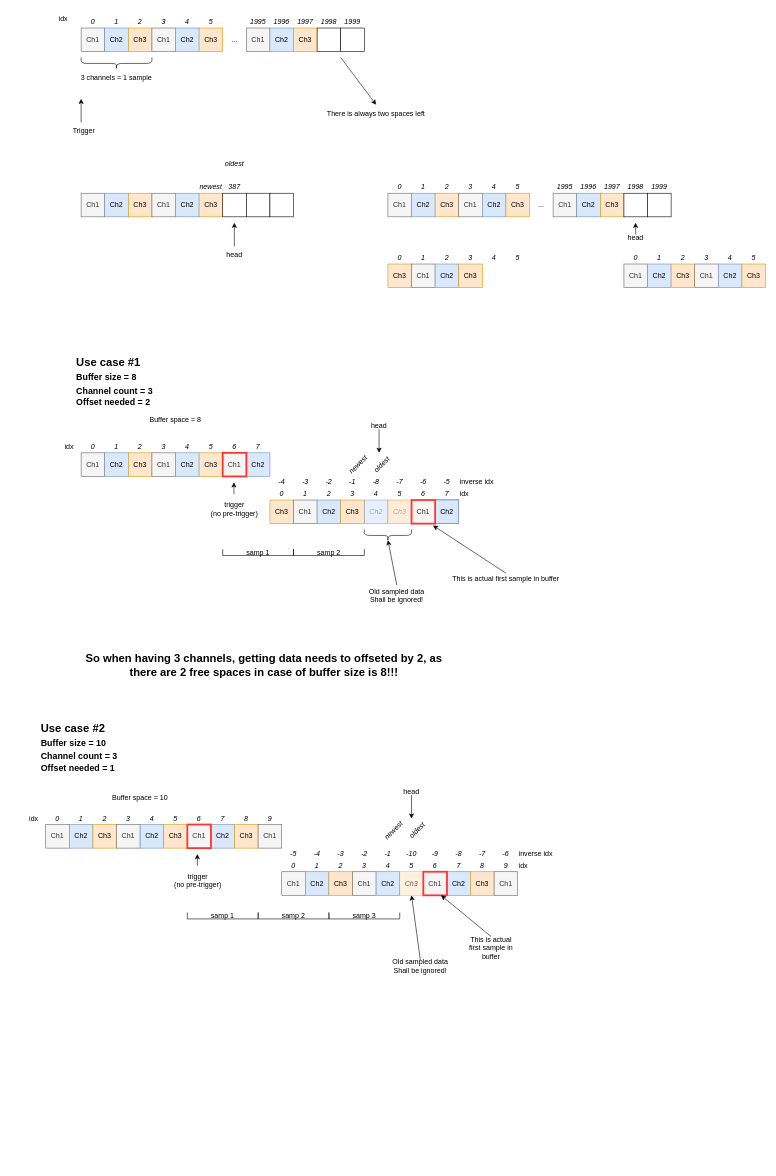
Earlier version of the draw.io diagram page "CLI-OSCI" (2 of 2) of doc/cli_drawings.drawio (GeneralEmbeddedCLibraries/cli). Source tidied: cells renumbered, new cells numbered last; positions are measured from the earlier drawing's top-left corner, leaving out a move shared by most shapes. Both pictures are drawn from the tidied source at 59%, with x=0, y=0 at pixel (22, 10).
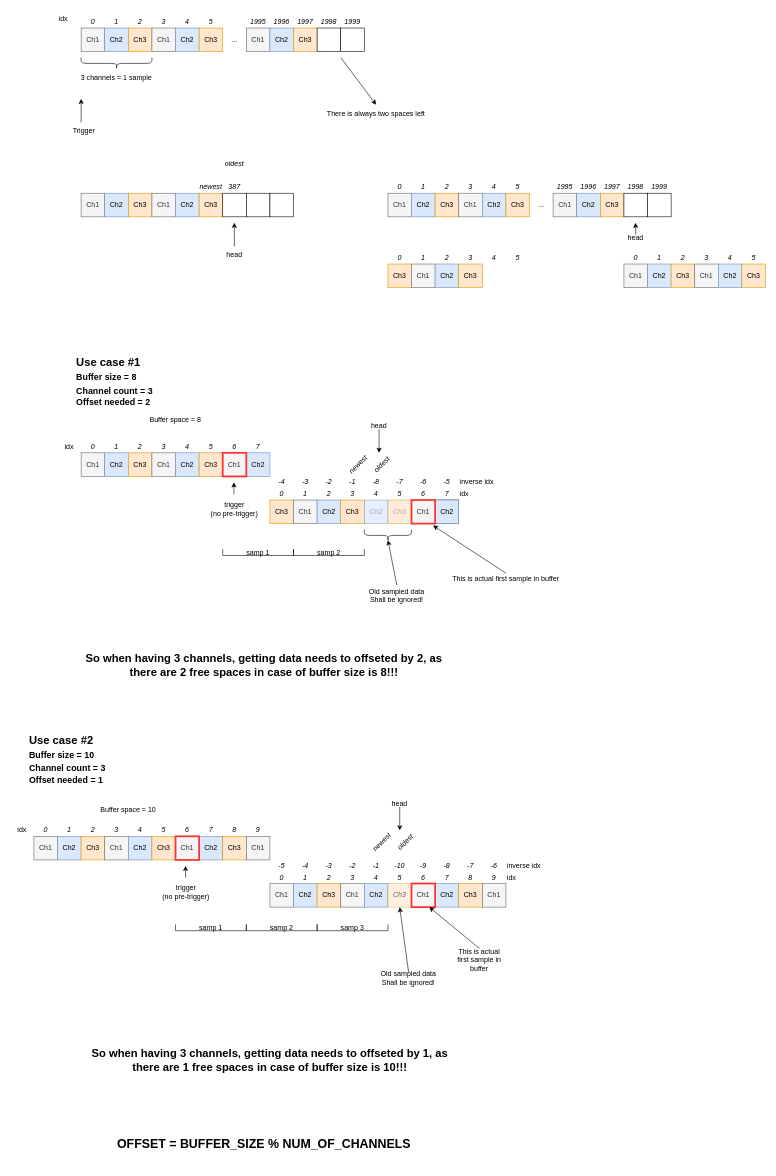
The same page after the edit.

The edit, as a diff of the source:
```diff
@@
     <mxCell id="149" value="Ch1" style="rounded=0;whiteSpace=wrap;html=1;fillColor=#f5f5f5;fontColor=#333333;strokeColor=#666666;" parent="1" vertex="1">
-      <mxGeometry x="40" y="1380" width="40" height="40" as="geometry" />
+      <mxGeometry x="20" y="1400" width="40" height="40" as="geometry" />
     </mxCell>
     <mxCell id="150" value="Ch2" style="rounded=0;whiteSpace=wrap;html=1;fillColor=#dae8fc;strokeColor=#6c8ebf;" parent="1" vertex="1">
-      <mxGeometry x="80" y="1380" width="40" height="40" as="geometry" />
+      <mxGeometry x="60" y="1400" width="40" height="40" as="geometry" />
     </mxCell>
     <mxCell id="151" value="Ch3" style="rounded=0;whiteSpace=wrap;html=1;fillColor=#ffe6cc;strokeColor=#d79b00;" parent="1" vertex="1">
-      <mxGeometry x="120" y="1380" width="40" height="40" as="geometry" />
+      <mxGeometry x="100" y="1400" width="40" height="40" as="geometry" />
     </mxCell>
     <mxCell id="152" value="Ch1" style="rounded=0;whiteSpace=wrap;html=1;fillColor=#f5f5f5;fontColor=#333333;strokeColor=#666666;" parent="1" vertex="1">
-      <mxGeometry x="160" y="1380" width="40" height="40" as="geometry" />
+      <mxGeometry x="140" y="1400" width="40" height="40" as="geometry" />
     </mxCell>
     <mxCell id="153" value="Ch2" style="rounded=0;whiteSpace=wrap;html=1;fillColor=#dae8fc;strokeColor=#6c8ebf;" parent="1" vertex="1">
-      <mxGeometry x="200" y="1380" width="40" height="40" as="geometry" />
+      <mxGeometry x="180" y="1400" width="40" height="40" as="geometry" />
     </mxCell>
     <mxCell id="154" value="Ch3" style="rounded=0;whiteSpace=wrap;html=1;fillColor=#ffe6cc;strokeColor=#d79b00;" parent="1" vertex="1">
-      <mxGeometry x="240" y="1380" width="40" height="40" as="geometry" />
+      <mxGeometry x="220" y="1400" width="40" height="40" as="geometry" />
     </mxCell>
     <mxCell id="155" value="0" style="text;html=1;strokeColor=none;fillColor=none;align=center;verticalAlign=middle;whiteSpace=wrap;rounded=0;fontStyle=2;" parent="1" vertex="1">
-      <mxGeometry x="40" y="1360" width="40" height="20" as="geometry" />
+      <mxGeometry x="20" y="1380" width="40" height="20" as="geometry" />
     </mxCell>
     <mxCell id="156" value="1" style="text;html=1;strokeColor=none;fillColor=none;align=center;verticalAlign=middle;whiteSpace=wrap;rounded=0;fontStyle=2;" parent="1" vertex="1">
-      <mxGeometry x="80" y="1360" width="40" height="20" as="geometry" />
+      <mxGeometry x="60" y="1380" width="40" height="20" as="geometry" />
     </mxCell>
     <mxCell id="157" value="2" style="text;html=1;strokeColor=none;fillColor=none;align=center;verticalAlign=middle;whiteSpace=wrap;rounded=0;fontStyle=2;" parent="1" vertex="1">
-      <mxGeometry x="120" y="1360" width="40" height="20" as="geometry" />
+      <mxGeometry x="100" y="1380" width="40" height="20" as="geometry" />
     </mxCell>
     <mxCell id="158" value="3" style="text;html=1;strokeColor=none;fillColor=none;align=center;verticalAlign=middle;whiteSpace=wrap;rounded=0;fontStyle=2;" parent="1" vertex="1">
-      <mxGeometry x="160" y="1360" width="40" height="20" as="geometry" />
+      <mxGeometry x="140" y="1380" width="40" height="20" as="geometry" />
     </mxCell>
     <mxCell id="159" value="5" style="text;html=1;strokeColor=none;fillColor=none;align=center;verticalAlign=middle;whiteSpace=wrap;rounded=0;fontStyle=2;" parent="1" vertex="1">
-      <mxGeometry x="240" y="1360" width="40" height="20" as="geometry" />
+      <mxGeometry x="220" y="1380" width="40" height="20" as="geometry" />
     </mxCell>
     <mxCell id="160" value="4" style="text;html=1;strokeColor=none;fillColor=none;align=center;verticalAlign=middle;whiteSpace=wrap;rounded=0;fontStyle=2;" parent="1" vertex="1">
-      <mxGeometry x="200" y="1360" width="40" height="20" as="geometry" />
+      <mxGeometry x="180" y="1380" width="40" height="20" as="geometry" />
     </mxCell>
     <mxCell id="161" value="Ch2" style="rounded=0;whiteSpace=wrap;html=1;fillColor=#dae8fc;strokeColor=#6c8ebf;" parent="1" vertex="1">
-      <mxGeometry x="320" y="1380" width="40" height="40" as="geometry" />
+      <mxGeometry x="300" y="1400" width="40" height="40" as="geometry" />
     </mxCell>
     <mxCell id="162" value="6" style="text;html=1;strokeColor=none;fillColor=none;align=center;verticalAlign=middle;whiteSpace=wrap;rounded=0;fontStyle=2;" parent="1" vertex="1">
-      <mxGeometry x="280" y="1360" width="40" height="20" as="geometry" />
+      <mxGeometry x="260" y="1380" width="40" height="20" as="geometry" />
     </mxCell>
     <mxCell id="163" value="7" style="text;html=1;strokeColor=none;fillColor=none;align=center;verticalAlign=middle;whiteSpace=wrap;rounded=0;fontStyle=2;" parent="1" vertex="1">
-      <mxGeometry x="320" y="1360" width="40" height="20" as="geometry" />
+      <mxGeometry x="300" y="1380" width="40" height="20" as="geometry" />
     </mxCell>
     <mxCell id="164" value="Buffer space = 10" style="text;html=1;strokeColor=none;fillColor=none;align=center;verticalAlign=middle;whiteSpace=wrap;rounded=0;" parent="1" vertex="1">
-      <mxGeometry x="120" y="1320" width="160" height="30" as="geometry" />
+      <mxGeometry x="100" y="1340" width="160" height="30" as="geometry" />
     </mxCell>
     <mxCell id="165" style="endArrow=classic;html=1;rounded=0;" parent="1" edge="1">
       <mxGeometry relative="1" as="geometry">
-        <mxPoint x="297" y="1450" as="sourcePoint" />
-        <mxPoint x="297" y="1430" as="targetPoint" />
+        <mxPoint x="277" y="1470" as="sourcePoint" />
+        <mxPoint x="277" y="1450" as="targetPoint" />
       </mxGeometry>
     </mxCell>
     <mxCell id="166" value="trigger&lt;br&gt;(no pre-trigger)" style="text;html=1;strokeColor=none;fillColor=none;align=center;verticalAlign=middle;whiteSpace=wrap;rounded=0;" parent="1" vertex="1">
-      <mxGeometry x="221" y="1460" width="154" height="30" as="geometry" />
+      <mxGeometry x="201" y="1480" width="154" height="30" as="geometry" />
     </mxCell>
     <mxCell id="167" value="Ch1" style="rounded=0;whiteSpace=wrap;html=1;fillColor=#f5f5f5;fontColor=#333333;strokeColor=#FF3333;strokeWidth=3;" parent="1" vertex="1">
-      <mxGeometry x="280" y="1380" width="40" height="40" as="geometry" />
+      <mxGeometry x="260" y="1400" width="40" height="40" as="geometry" />
     </mxCell>
     <mxCell id="168" value="idx" style="text;html=1;strokeColor=none;fillColor=none;align=center;verticalAlign=middle;whiteSpace=wrap;rounded=0;" parent="1" vertex="1">
-      <mxGeometry y="1360" width="40" height="20" as="geometry" />
+      <mxGeometry x="-20" y="1380" width="40" height="20" as="geometry" />
     </mxCell>
     <mxCell id="169" value="8" style="text;html=1;strokeColor=none;fillColor=none;align=center;verticalAlign=middle;whiteSpace=wrap;rounded=0;fontStyle=2;" parent="1" vertex="1">
-      <mxGeometry x="360" y="1360" width="40" height="20" as="geometry" />
+      <mxGeometry x="340" y="1380" width="40" height="20" as="geometry" />
     </mxCell>
     <mxCell id="170" value="9" style="text;html=1;strokeColor=none;fillColor=none;align=center;verticalAlign=middle;whiteSpace=wrap;rounded=0;fontStyle=2;" parent="1" vertex="1">
-      <mxGeometry x="400" y="1360" width="40" height="20" as="geometry" />
+      <mxGeometry x="380" y="1380" width="40" height="20" as="geometry" />
     </mxCell>
     <mxCell id="171" value="Ch3" style="rounded=0;whiteSpace=wrap;html=1;fillColor=#ffe6cc;strokeColor=#d79b00;" parent="1" vertex="1">
-      <mxGeometry x="360" y="1380" width="40" height="40" as="geometry" />
+      <mxGeometry x="340" y="1400" width="40" height="40" as="geometry" />
     </mxCell>
     <mxCell id="172" value="Ch1" style="rounded=0;whiteSpace=wrap;html=1;fillColor=#f5f5f5;fontColor=#333333;strokeColor=#666666;" parent="1" vertex="1">
-      <mxGeometry x="400" y="1380" width="40" height="40" as="geometry" />
+      <mxGeometry x="380" y="1400" width="40" height="40" as="geometry" />
     </mxCell>
     <mxCell id="173" value="Ch1" style="rounded=0;whiteSpace=wrap;html=1;fillColor=#f5f5f5;fontColor=#333333;strokeColor=#666666;" parent="1" vertex="1">
-      <mxGeometry x="440" y="1460" width="40" height="40" as="geometry" />
+      <mxGeometry x="420" y="1480" width="40" height="40" as="geometry" />
     </mxCell>
     <mxCell id="174" value="Ch2" style="rounded=0;whiteSpace=wrap;html=1;fillColor=#dae8fc;strokeColor=#6c8ebf;" parent="1" vertex="1">
-      <mxGeometry x="480" y="1460" width="40" height="40" as="geometry" />
+      <mxGeometry x="460" y="1480" width="40" height="40" as="geometry" />
     </mxCell>
     <mxCell id="175" value="Ch3" style="rounded=0;whiteSpace=wrap;html=1;fillColor=#ffe6cc;strokeColor=#d79b00;" parent="1" vertex="1">
-      <mxGeometry x="520" y="1460" width="40" height="40" as="geometry" />
+      <mxGeometry x="500" y="1480" width="40" height="40" as="geometry" />
     </mxCell>
     <mxCell id="176" value="Ch1" style="rounded=0;whiteSpace=wrap;html=1;fillColor=#f5f5f5;fontColor=#333333;strokeColor=#666666;" parent="1" vertex="1">
-      <mxGeometry x="560" y="1460" width="40" height="40" as="geometry" />
+      <mxGeometry x="540" y="1480" width="40" height="40" as="geometry" />
     </mxCell>
     <mxCell id="177" value="Ch2" style="rounded=0;whiteSpace=wrap;html=1;fillColor=#dae8fc;strokeColor=#6c8ebf;" parent="1" vertex="1">
-      <mxGeometry x="600" y="1460" width="40" height="40" as="geometry" />
+      <mxGeometry x="580" y="1480" width="40" height="40" as="geometry" />
     </mxCell>
     <mxCell id="178" value="Ch3" style="rounded=0;whiteSpace=wrap;html=1;fillColor=#ffe6cc;strokeColor=#d79b00;textOpacity=60;opacity=60;fontStyle=2;" parent="1" vertex="1">
-      <mxGeometry x="640" y="1460" width="40" height="40" as="geometry" />
+      <mxGeometry x="620" y="1480" width="40" height="40" as="geometry" />
     </mxCell>
     <mxCell id="179" value="0" style="text;html=1;strokeColor=none;fillColor=none;align=center;verticalAlign=middle;whiteSpace=wrap;rounded=0;fontStyle=2;" parent="1" vertex="1">
-      <mxGeometry x="440" y="1440" width="40" height="20" as="geometry" />
+      <mxGeometry x="420" y="1460" width="40" height="20" as="geometry" />
     </mxCell>
     <mxCell id="180" value="1" style="text;html=1;strokeColor=none;fillColor=none;align=center;verticalAlign=middle;whiteSpace=wrap;rounded=0;fontStyle=2;" parent="1" vertex="1">
-      <mxGeometry x="480" y="1440" width="40" height="20" as="geometry" />
+      <mxGeometry x="460" y="1460" width="40" height="20" as="geometry" />
     </mxCell>
     <mxCell id="181" value="2" style="text;html=1;strokeColor=none;fillColor=none;align=center;verticalAlign=middle;whiteSpace=wrap;rounded=0;fontStyle=2;" parent="1" vertex="1">
-      <mxGeometry x="520" y="1440" width="40" height="20" as="geometry" />
+      <mxGeometry x="500" y="1460" width="40" height="20" as="geometry" />
     </mxCell>
     <mxCell id="182" value="3" style="text;html=1;strokeColor=none;fillColor=none;align=center;verticalAlign=middle;whiteSpace=wrap;rounded=0;fontStyle=2;" parent="1" vertex="1">
-      <mxGeometry x="560" y="1440" width="40" height="20" as="geometry" />
+      <mxGeometry x="540" y="1460" width="40" height="20" as="geometry" />
     </mxCell>
     <mxCell id="183" value="5" style="text;html=1;strokeColor=none;fillColor=none;align=center;verticalAlign=middle;whiteSpace=wrap;rounded=0;fontStyle=2;" parent="1" vertex="1">
-      <mxGeometry x="640" y="1440" width="40" height="20" as="geometry" />
+      <mxGeometry x="620" y="1460" width="40" height="20" as="geometry" />
     </mxCell>
     <mxCell id="184" value="4" style="text;html=1;strokeColor=none;fillColor=none;align=center;verticalAlign=middle;whiteSpace=wrap;rounded=0;fontStyle=2;" parent="1" vertex="1">
-      <mxGeometry x="600" y="1440" width="40" height="20" as="geometry" />
+      <mxGeometry x="580" y="1460" width="40" height="20" as="geometry" />
     </mxCell>
     <mxCell id="185" value="Ch2" style="rounded=0;whiteSpace=wrap;html=1;fillColor=#dae8fc;strokeColor=#6c8ebf;" parent="1" vertex="1">
-      <mxGeometry x="720" y="1460" width="40" height="40" as="geometry" />
+      <mxGeometry x="700" y="1480" width="40" height="40" as="geometry" />
     </mxCell>
     <mxCell id="186" value="6" style="text;html=1;strokeColor=none;fillColor=none;align=center;verticalAlign=middle;whiteSpace=wrap;rounded=0;fontStyle=2;" parent="1" vertex="1">
-      <mxGeometry x="680" y="1440" width="40" height="20" as="geometry" />
+      <mxGeometry x="660" y="1460" width="40" height="20" as="geometry" />
     </mxCell>
     <mxCell id="187" value="7" style="text;html=1;strokeColor=none;fillColor=none;align=center;verticalAlign=middle;whiteSpace=wrap;rounded=0;fontStyle=2;" parent="1" vertex="1">
-      <mxGeometry x="720" y="1440" width="40" height="20" as="geometry" />
+      <mxGeometry x="700" y="1460" width="40" height="20" as="geometry" />
     </mxCell>
     <mxCell id="188" value="Ch1" style="rounded=0;whiteSpace=wrap;html=1;fillColor=#f5f5f5;fontColor=#333333;strokeColor=#FF3333;strokeWidth=3;" parent="1" vertex="1">
-      <mxGeometry x="680" y="1460" width="40" height="40" as="geometry" />
+      <mxGeometry x="660" y="1480" width="40" height="40" as="geometry" />
     </mxCell>
     <mxCell id="189" value="8" style="text;html=1;strokeColor=none;fillColor=none;align=center;verticalAlign=middle;whiteSpace=wrap;rounded=0;fontStyle=2;" parent="1" vertex="1">
-      <mxGeometry x="760" y="1440" width="40" height="20" as="geometry" />
+      <mxGeometry x="740" y="1460" width="40" height="20" as="geometry" />
     </mxCell>
     <mxCell id="190" value="9" style="text;html=1;strokeColor=none;fillColor=none;align=center;verticalAlign=middle;whiteSpace=wrap;rounded=0;fontStyle=2;" parent="1" vertex="1">
-      <mxGeometry x="800" y="1440" width="40" height="20" as="geometry" />
+      <mxGeometry x="780" y="1460" width="40" height="20" as="geometry" />
     </mxCell>
     <mxCell id="191" value="Ch3" style="rounded=0;whiteSpace=wrap;html=1;fillColor=#ffe6cc;strokeColor=#d79b00;" parent="1" vertex="1">
-      <mxGeometry x="760" y="1460" width="40" height="40" as="geometry" />
+      <mxGeometry x="740" y="1480" width="40" height="40" as="geometry" />
     </mxCell>
     <mxCell id="192" value="Ch1" style="rounded=0;whiteSpace=wrap;html=1;fillColor=#f5f5f5;fontColor=#333333;strokeColor=#666666;" parent="1" vertex="1">
-      <mxGeometry x="800" y="1460" width="40" height="40" as="geometry" />
+      <mxGeometry x="780" y="1480" width="40" height="40" as="geometry" />
     </mxCell>
     <mxCell id="193" value="samp 1" style="shape=partialRectangle;whiteSpace=wrap;html=1;bottom=1;right=1;left=1;top=0;fillColor=none;routingCenterX=-0.5;" parent="1" vertex="1">
-      <mxGeometry x="280" y="1530" width="120" height="10" as="geometry" />
+      <mxGeometry x="260" y="1550" width="120" height="10" as="geometry" />
     </mxCell>
     <mxCell id="194" value="samp 2" style="shape=partialRectangle;whiteSpace=wrap;html=1;bottom=1;right=1;left=1;top=0;fillColor=none;routingCenterX=-0.5;" parent="1" vertex="1">
-      <mxGeometry x="400" y="1530" width="120" height="10" as="geometry" />
+      <mxGeometry x="380" y="1550" width="120" height="10" as="geometry" />
     </mxCell>
     <mxCell id="195" value="samp 3" style="shape=partialRectangle;whiteSpace=wrap;html=1;bottom=1;right=1;left=1;top=0;fillColor=none;routingCenterX=-0.5;" parent="1" vertex="1">
-      <mxGeometry x="520" y="1530" width="120" height="10" as="geometry" />
+      <mxGeometry x="500" y="1550" width="120" height="10" as="geometry" />
     </mxCell>
@@
     <mxCell id="197" value="This is actual first sample in buffer" style="text;html=1;strokeColor=none;fillColor=none;align=center;verticalAlign=middle;whiteSpace=wrap;rounded=0;" parent="1" vertex="1">
-      <mxGeometry x="750" y="1570" width="90" height="40" as="geometry" />
+      <mxGeometry x="730" y="1590" width="90" height="40" as="geometry" />
     </mxCell>
     <mxCell id="198" value="idx" style="text;html=1;strokeColor=none;fillColor=none;align=left;verticalAlign=middle;whiteSpace=wrap;rounded=0;" parent="1" vertex="1">
-      <mxGeometry x="840" y="1440" width="40" height="20" as="geometry" />
+      <mxGeometry x="820" y="1460" width="40" height="20" as="geometry" />
     </mxCell>
     <mxCell id="199" value="inverse idx" style="text;html=1;strokeColor=none;fillColor=none;align=left;verticalAlign=middle;whiteSpace=wrap;rounded=0;" parent="1" vertex="1">
-      <mxGeometry x="840" y="1420" width="100" height="20" as="geometry" />
+      <mxGeometry x="820" y="1440" width="100" height="20" as="geometry" />
     </mxCell>
@@
     <mxCell id="202" value="newest" style="text;html=1;strokeColor=none;fillColor=none;align=center;verticalAlign=middle;whiteSpace=wrap;rounded=0;fontStyle=2;rotation=-45;" parent="1" vertex="1">
-      <mxGeometry x="610" y="1380" width="40" height="20" as="geometry" />
+      <mxGeometry x="590" y="1400" width="40" height="20" as="geometry" />
     </mxCell>
     <mxCell id="203" value="oldest" style="text;html=1;strokeColor=none;fillColor=none;align=center;verticalAlign=middle;whiteSpace=wrap;rounded=0;fontStyle=2;rotation=-45;" parent="1" vertex="1">
-      <mxGeometry x="650" y="1380" width="40" height="20" as="geometry" />
+      <mxGeometry x="630" y="1400" width="40" height="20" as="geometry" />
     </mxCell>
     <mxCell id="204" value="Old sampled data&lt;br&gt;Shall be ignored!" style="text;html=1;strokeColor=none;fillColor=none;align=center;verticalAlign=middle;whiteSpace=wrap;rounded=0;" parent="1" vertex="1">
-      <mxGeometry x="620" y="1610" width="110" height="20" as="geometry" />
+      <mxGeometry x="600" y="1630" width="110" height="20" as="geometry" />
     </mxCell>
@@
     <mxCell id="206" style="endArrow=classic;html=1;rounded=0;" parent="1" edge="1">
       <mxGeometry relative="1" as="geometry">
-        <mxPoint x="660" y="1330" as="sourcePoint" />
-        <mxPoint x="660" y="1370" as="targetPoint" />
+        <mxPoint x="640" y="1350" as="sourcePoint" />
+        <mxPoint x="640" y="1390" as="targetPoint" />
       </mxGeometry>
     </mxCell>
     <mxCell id="207" value="head" style="text;html=1;strokeColor=none;fillColor=none;align=center;verticalAlign=middle;whiteSpace=wrap;rounded=0;" parent="1" vertex="1">
-      <mxGeometry x="630" y="1310" width="60" height="30" as="geometry" />
+      <mxGeometry x="610" y="1330" width="60" height="30" as="geometry" />
     </mxCell>
     <mxCell id="208" value="-5" style="text;html=1;strokeColor=none;fillColor=none;align=center;verticalAlign=middle;whiteSpace=wrap;rounded=0;fontStyle=2;" parent="1" vertex="1">
-      <mxGeometry x="440" y="1420" width="40" height="20" as="geometry" />
+      <mxGeometry x="420" y="1440" width="40" height="20" as="geometry" />
     </mxCell>
     <mxCell id="209" value="-4" style="text;html=1;strokeColor=none;fillColor=none;align=center;verticalAlign=middle;whiteSpace=wrap;rounded=0;fontStyle=2;" parent="1" vertex="1">
-      <mxGeometry x="480" y="1420" width="40" height="20" as="geometry" />
+      <mxGeometry x="460" y="1440" width="40" height="20" as="geometry" />
     </mxCell>
     <mxCell id="210" value="-3" style="text;html=1;strokeColor=none;fillColor=none;align=center;verticalAlign=middle;whiteSpace=wrap;rounded=0;fontStyle=2;" parent="1" vertex="1">
-      <mxGeometry x="520" y="1420" width="40" height="20" as="geometry" />
+      <mxGeometry x="500" y="1440" width="40" height="20" as="geometry" />
     </mxCell>
     <mxCell id="211" value="-2" style="text;html=1;strokeColor=none;fillColor=none;align=center;verticalAlign=middle;whiteSpace=wrap;rounded=0;fontStyle=2;" parent="1" vertex="1">
-      <mxGeometry x="560" y="1420" width="40" height="20" as="geometry" />
+      <mxGeometry x="540" y="1440" width="40" height="20" as="geometry" />
     </mxCell>
     <mxCell id="212" value="-10" style="text;html=1;strokeColor=none;fillColor=none;align=center;verticalAlign=middle;whiteSpace=wrap;rounded=0;fontStyle=2;" parent="1" vertex="1">
-      <mxGeometry x="640" y="1420" width="40" height="20" as="geometry" />
+      <mxGeometry x="620" y="1440" width="40" height="20" as="geometry" />
     </mxCell>
     <mxCell id="213" value="-1" style="text;html=1;strokeColor=none;fillColor=none;align=center;verticalAlign=middle;whiteSpace=wrap;rounded=0;fontStyle=2;" parent="1" vertex="1">
-      <mxGeometry x="600" y="1420" width="40" height="20" as="geometry" />
+      <mxGeometry x="580" y="1440" width="40" height="20" as="geometry" />
     </mxCell>
     <mxCell id="214" value="-9" style="text;html=1;strokeColor=none;fillColor=none;align=center;verticalAlign=middle;whiteSpace=wrap;rounded=0;fontStyle=2;" parent="1" vertex="1">
-      <mxGeometry x="680" y="1420" width="40" height="20" as="geometry" />
+      <mxGeometry x="660" y="1440" width="40" height="20" as="geometry" />
     </mxCell>
     <mxCell id="215" value="-8" style="text;html=1;strokeColor=none;fillColor=none;align=center;verticalAlign=middle;whiteSpace=wrap;rounded=0;fontStyle=2;" parent="1" vertex="1">
-      <mxGeometry x="720" y="1420" width="40" height="20" as="geometry" />
+      <mxGeometry x="700" y="1440" width="40" height="20" as="geometry" />
     </mxCell>
     <mxCell id="216" value="-7" style="text;html=1;strokeColor=none;fillColor=none;align=center;verticalAlign=middle;whiteSpace=wrap;rounded=0;fontStyle=2;" parent="1" vertex="1">
-      <mxGeometry x="760" y="1420" width="40" height="20" as="geometry" />
+      <mxGeometry x="740" y="1440" width="40" height="20" as="geometry" />
     </mxCell>
     <mxCell id="217" value="-6" style="text;html=1;strokeColor=none;fillColor=none;align=center;verticalAlign=middle;whiteSpace=wrap;rounded=0;fontStyle=2;" parent="1" vertex="1">
-      <mxGeometry x="800" y="1420" width="40" height="20" as="geometry" />
+      <mxGeometry x="780" y="1440" width="40" height="20" as="geometry" />
     </mxCell>
@@
     <mxCell id="220" value="Use case #2&lt;br&gt;&lt;font style=&quot;font-size: 15px;&quot;&gt;Buffer size = 10&lt;br&gt;Channel count = 3&lt;br&gt;&lt;/font&gt;&lt;div style=&quot;font-size: 15px;&quot;&gt;&lt;span style=&quot;background-color: initial;&quot;&gt;&lt;font style=&quot;font-size: 15px;&quot;&gt;Offset needed = 1&lt;/font&gt;&lt;/span&gt;&lt;/div&gt;" style="text;html=1;strokeColor=none;fillColor=none;align=left;verticalAlign=middle;whiteSpace=wrap;rounded=0;fontStyle=1;fontSize=19;" parent="1" vertex="1">
-      <mxGeometry x="30" y="1210" width="620" height="80" as="geometry" />
+      <mxGeometry x="10" y="1230" width="620" height="80" as="geometry" />
     </mxCell>
+    <mxCell id="221" value="So when having 3 channels, getting data needs to offseted by 1, as there are 1 free spaces in case of buffer size is 10!!!" style="text;html=1;strokeColor=none;fillColor=none;align=center;verticalAlign=middle;whiteSpace=wrap;rounded=0;fontStyle=1;fontSize=19;" parent="1" vertex="1">
+      <mxGeometry x="110" y="1740" width="620" height="80" as="geometry" />
+    </mxCell>
+    <mxCell id="222" value="OFFSET = BUFFER_SIZE % NUM_OF_CHANNELS" style="text;html=1;strokeColor=none;fillColor=none;align=center;verticalAlign=middle;whiteSpace=wrap;rounded=0;fontStyle=1;fontSize=21;" parent="1" vertex="1">
+      <mxGeometry x="100" y="1880" width="620" height="80" as="geometry" />
+    </mxCell>
```
